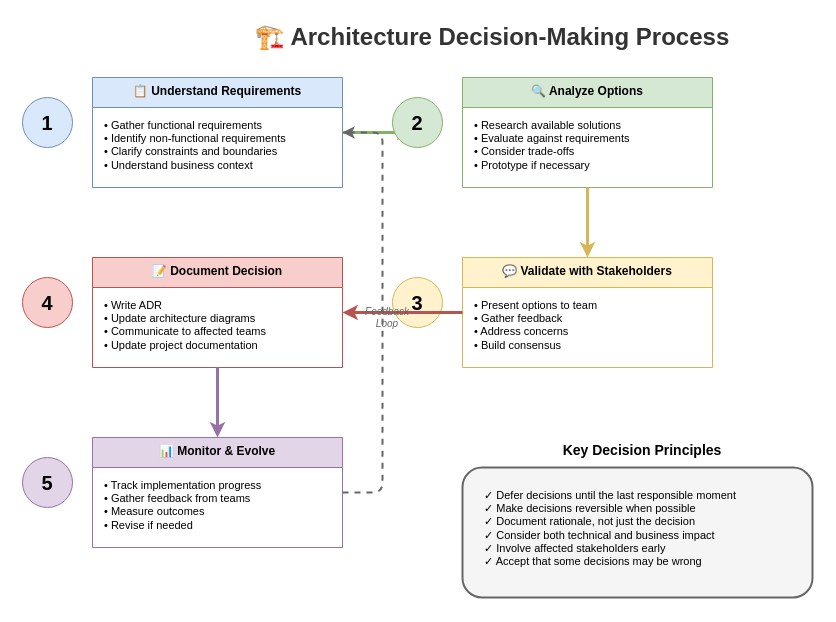
Earlier version of the draw.io diagram lesson-00-software-architect-overview/01-how-a-software-architect-works/1.4-decision-making-process.drawio (MrParkerZ7/document-lesson-software-architect-x-claude). Source tidied: cells renumbered, new cells numbered last; positions are measured from the earlier drawing's top-left corner, leaving out a move shared by most shapes. Both pictures are drawn from the tidied source at 100%, with x=0, y=0 at pixel (22, 17).
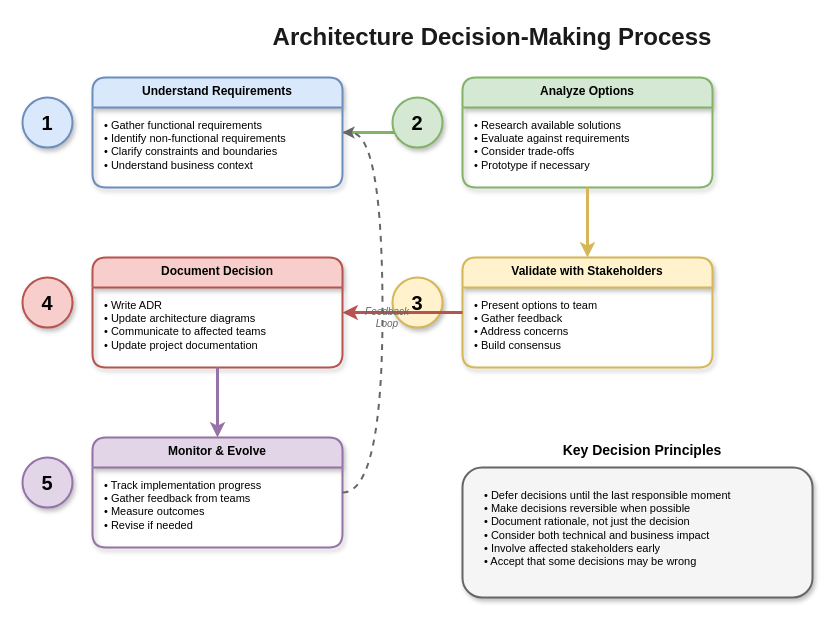
After the change.

What changed in the source:
```diff
@@
-    <mxCell id="2" value="🏗️ Architecture Decision-Making Process" style="text;html=1;strokeColor=none;fillColor=none;align=center;verticalAlign=middle;whiteSpace=wrap;rounded=0;fontSize=24;fontStyle=1;fontColor=#333333;" parent="1" vertex="1">
+    <mxCell id="2" value="Architecture Decision-Making Process" style="text;html=1;strokeColor=none;fillColor=none;align=center;verticalAlign=middle;whiteSpace=wrap;rounded=0;fontSize=24;fontStyle=1;fontColor=#1a1a1a;" parent="1" vertex="1">
       <mxGeometry x="220" width="500" height="40" as="geometry" />
     </mxCell>
-    <mxCell id="3" value="1" style="ellipse;whiteSpace=wrap;html=1;fillColor=#dae8fc;strokeColor=#6c8ebf;fontSize=20;fontStyle=1;" parent="1" vertex="1">
+    <mxCell id="3" value="1" style="ellipse;whiteSpace=wrap;html=1;fillColor=#dae8fc;strokeColor=#6c8ebf;fontSize=20;fontStyle=1;shadow=1;strokeWidth=2;" parent="1" vertex="1">
       <mxGeometry y="80" width="50" height="50" as="geometry" />
     </mxCell>
-    <mxCell id="4" value="📋 Understand Requirements" style="swimlane;fontStyle=1;align=center;verticalAlign=top;horizontal=1;startSize=30;fillColor=#dae8fc;strokeColor=#6c8ebf;fontSize=12;" parent="1" vertex="1">
+    <mxCell id="4" value="Understand Requirements" style="swimlane;fontStyle=1;align=center;verticalAlign=top;horizontal=1;startSize=30;fillColor=#dae8fc;strokeColor=#6c8ebf;fontSize=12;rounded=1;shadow=1;strokeWidth=2;" parent="1" vertex="1">
       <mxGeometry x="70" y="60" width="250" height="110" as="geometry" />
     </mxCell>
@@
-    <mxCell id="6" style="endArrow=classic;html=1;rounded=0;strokeWidth=3;strokeColor=#82b366;exitX=1;exitY=0.5;exitDx=0;exitDy=0;" parent="1" edge="1">
+    <mxCell id="6" style="edgeStyle=orthogonalEdgeStyle;curved=1;rounded=1;html=1;endArrow=classic;strokeWidth=3;strokeColor=#82b366;jumpStyle=arc;jumpSize=10;" parent="1" edge="1">
       <mxGeometry relative="1" as="geometry">
         <mxPoint x="320" y="115" as="sourcePoint" />
         <mxPoint x="390" y="115" as="targetPoint" />
       </mxGeometry>
     </mxCell>
-    <mxCell id="7" value="2" style="ellipse;whiteSpace=wrap;html=1;fillColor=#d5e8d4;strokeColor=#82b366;fontSize=20;fontStyle=1;" parent="1" vertex="1">
+    <mxCell id="7" value="2" style="ellipse;whiteSpace=wrap;html=1;fillColor=#d5e8d4;strokeColor=#82b366;fontSize=20;fontStyle=1;shadow=1;strokeWidth=2;" parent="1" vertex="1">
       <mxGeometry x="370" y="80" width="50" height="50" as="geometry" />
     </mxCell>
-    <mxCell id="8" value="🔍 Analyze Options" style="swimlane;fontStyle=1;align=center;verticalAlign=top;horizontal=1;startSize=30;fillColor=#d5e8d4;strokeColor=#82b366;fontSize=12;" parent="1" vertex="1">
+    <mxCell id="8" value="Analyze Options" style="swimlane;fontStyle=1;align=center;verticalAlign=top;horizontal=1;startSize=30;fillColor=#d5e8d4;strokeColor=#82b366;fontSize=12;rounded=1;shadow=1;strokeWidth=2;" parent="1" vertex="1">
       <mxGeometry x="440" y="60" width="250" height="110" as="geometry" />
     </mxCell>
@@
-    <mxCell id="10" style="endArrow=classic;html=1;rounded=0;strokeWidth=3;strokeColor=#d6b656;exitX=0.5;exitY=1;exitDx=0;exitDy=0;" parent="1" edge="1">
+    <mxCell id="10" style="edgeStyle=orthogonalEdgeStyle;curved=1;rounded=1;html=1;endArrow=classic;strokeWidth=3;strokeColor=#d6b656;jumpStyle=arc;jumpSize=10;" parent="1" edge="1">
       <mxGeometry relative="1" as="geometry">
         <mxPoint x="565" y="170" as="sourcePoint" />
         <mxPoint x="565" y="240" as="targetPoint" />
       </mxGeometry>
     </mxCell>
-    <mxCell id="11" value="3" style="ellipse;whiteSpace=wrap;html=1;fillColor=#fff2cc;strokeColor=#d6b656;fontSize=20;fontStyle=1;" parent="1" vertex="1">
+    <mxCell id="11" value="3" style="ellipse;whiteSpace=wrap;html=1;fillColor=#fff2cc;strokeColor=#d6b656;fontSize=20;fontStyle=1;shadow=1;strokeWidth=2;" parent="1" vertex="1">
       <mxGeometry x="370" y="260" width="50" height="50" as="geometry" />
     </mxCell>
-    <mxCell id="12" value="💬 Validate with Stakeholders" style="swimlane;fontStyle=1;align=center;verticalAlign=top;horizontal=1;startSize=30;fillColor=#fff2cc;strokeColor=#d6b656;fontSize=12;" parent="1" vertex="1">
+    <mxCell id="12" value="Validate with Stakeholders" style="swimlane;fontStyle=1;align=center;verticalAlign=top;horizontal=1;startSize=30;fillColor=#fff2cc;strokeColor=#d6b656;fontSize=12;rounded=1;shadow=1;strokeWidth=2;" parent="1" vertex="1">
       <mxGeometry x="440" y="240" width="250" height="110" as="geometry" />
     </mxCell>
@@
-    <mxCell id="14" style="endArrow=classic;html=1;rounded=0;strokeWidth=3;strokeColor=#b85450;" parent="1" edge="1">
+    <mxCell id="14" style="edgeStyle=orthogonalEdgeStyle;curved=1;rounded=1;html=1;endArrow=classic;strokeWidth=3;strokeColor=#b85450;jumpStyle=arc;jumpSize=10;" parent="1" edge="1">
       <mxGeometry relative="1" as="geometry">
         <mxPoint x="440" y="295" as="sourcePoint" />
         <mxPoint x="320" y="295" as="targetPoint" />
       </mxGeometry>
     </mxCell>
-    <mxCell id="15" value="4" style="ellipse;whiteSpace=wrap;html=1;fillColor=#f8cecc;strokeColor=#b85450;fontSize=20;fontStyle=1;" parent="1" vertex="1">
+    <mxCell id="15" value="4" style="ellipse;whiteSpace=wrap;html=1;fillColor=#f8cecc;strokeColor=#b85450;fontSize=20;fontStyle=1;shadow=1;strokeWidth=2;" parent="1" vertex="1">
       <mxGeometry y="260" width="50" height="50" as="geometry" />
     </mxCell>
-    <mxCell id="16" value="📝 Document Decision" style="swimlane;fontStyle=1;align=center;verticalAlign=top;horizontal=1;startSize=30;fillColor=#f8cecc;strokeColor=#b85450;fontSize=12;" parent="1" vertex="1">
+    <mxCell id="16" value="Document Decision" style="swimlane;fontStyle=1;align=center;verticalAlign=top;horizontal=1;startSize=30;fillColor=#f8cecc;strokeColor=#b85450;fontSize=12;rounded=1;shadow=1;strokeWidth=2;" parent="1" vertex="1">
       <mxGeometry x="70" y="240" width="250" height="110" as="geometry" />
     </mxCell>
@@
-    <mxCell id="18" style="endArrow=classic;html=1;rounded=0;strokeWidth=3;strokeColor=#9673a6;" parent="1" edge="1">
+    <mxCell id="18" style="edgeStyle=orthogonalEdgeStyle;curved=1;rounded=1;html=1;endArrow=classic;strokeWidth=3;strokeColor=#9673a6;jumpStyle=arc;jumpSize=10;" parent="1" edge="1">
       <mxGeometry relative="1" as="geometry">
         <mxPoint x="195" y="350" as="sourcePoint" />
         <mxPoint x="195" y="420" as="targetPoint" />
       </mxGeometry>
     </mxCell>
-    <mxCell id="19" value="5" style="ellipse;whiteSpace=wrap;html=1;fillColor=#e1d5e7;strokeColor=#9673a6;fontSize=20;fontStyle=1;" parent="1" vertex="1">
+    <mxCell id="19" value="5" style="ellipse;whiteSpace=wrap;html=1;fillColor=#e1d5e7;strokeColor=#9673a6;fontSize=20;fontStyle=1;shadow=1;strokeWidth=2;" parent="1" vertex="1">
       <mxGeometry y="440" width="50" height="50" as="geometry" />
     </mxCell>
-    <mxCell id="20" value="📊 Monitor &amp; Evolve" style="swimlane;fontStyle=1;align=center;verticalAlign=top;horizontal=1;startSize=30;fillColor=#e1d5e7;strokeColor=#9673a6;fontSize=12;" parent="1" vertex="1">
+    <mxCell id="20" value="Monitor &amp; Evolve" style="swimlane;fontStyle=1;align=center;verticalAlign=top;horizontal=1;startSize=30;fillColor=#e1d5e7;strokeColor=#9673a6;fontSize=12;rounded=1;shadow=1;strokeWidth=2;" parent="1" vertex="1">
       <mxGeometry x="70" y="420" width="250" height="110" as="geometry" />
     </mxCell>
@@
-    <mxCell id="22" style="endArrow=classic;html=1;rounded=1;strokeWidth=2;strokeColor=#666666;dashed=1;exitX=1;exitY=0.5;exitDx=0;exitDy=0;entryX=1;entryY=0.5;entryDx=0;entryDy=0;" parent="1" edge="1">
+    <mxCell id="22" style="edgeStyle=orthogonalEdgeStyle;curved=1;rounded=1;html=1;endArrow=classic;strokeWidth=2;strokeColor=#666666;dashed=1;jumpStyle=arc;jumpSize=10;" parent="1" edge="1">
       <mxGeometry relative="1" as="geometry">
         <mxPoint x="320" y="475" as="sourcePoint" />
         <mxPoint x="320" y="115" as="targetPoint" />
         <Array as="points">
           <mxPoint x="360" y="475" />
           <mxPoint x="360" y="115" />
         </Array>
       </mxGeometry>
     </mxCell>
@@
-    <mxCell id="25" style="rounded=1;whiteSpace=wrap;html=1;fillColor=#f5f5f5;strokeColor=#666666;strokeWidth=2;" parent="1" vertex="1">
+    <mxCell id="25" style="rounded=1;whiteSpace=wrap;html=1;fillColor=#f5f5f5;strokeColor=#666666;strokeWidth=2;shadow=1;" parent="1" vertex="1">
       <mxGeometry x="440" y="450" width="350" height="130" as="geometry" />
     </mxCell>
-    <mxCell id="26" value="✓ Defer decisions until the last responsible moment&#10;✓ Make decisions reversible when possible&#10;✓ Document rationale, not just the decision&#10;✓ Consider both technical and business impact&#10;✓ Involve affected stakeholders early&#10;✓ Accept that some decisions may be wrong" style="text;html=1;strokeColor=none;fillColor=none;align=left;verticalAlign=top;whiteSpace=wrap;rounded=0;fontSize=11;spacingLeft=15;spacingTop=10;" parent="1" vertex="1">
+    <mxCell id="26" value="• Defer decisions until the last responsible moment&#10;• Make decisions reversible when possible&#10;• Document rationale, not just the decision&#10;• Consider both technical and business impact&#10;• Involve affected stakeholders early&#10;• Accept that some decisions may be wrong" style="text;html=1;strokeColor=none;fillColor=none;align=left;verticalAlign=top;whiteSpace=wrap;rounded=0;fontSize=11;spacingLeft=15;spacingTop=10;" parent="1" vertex="1">
       <mxGeometry x="445" y="455" width="340" height="120" as="geometry" />
     </mxCell>
```
